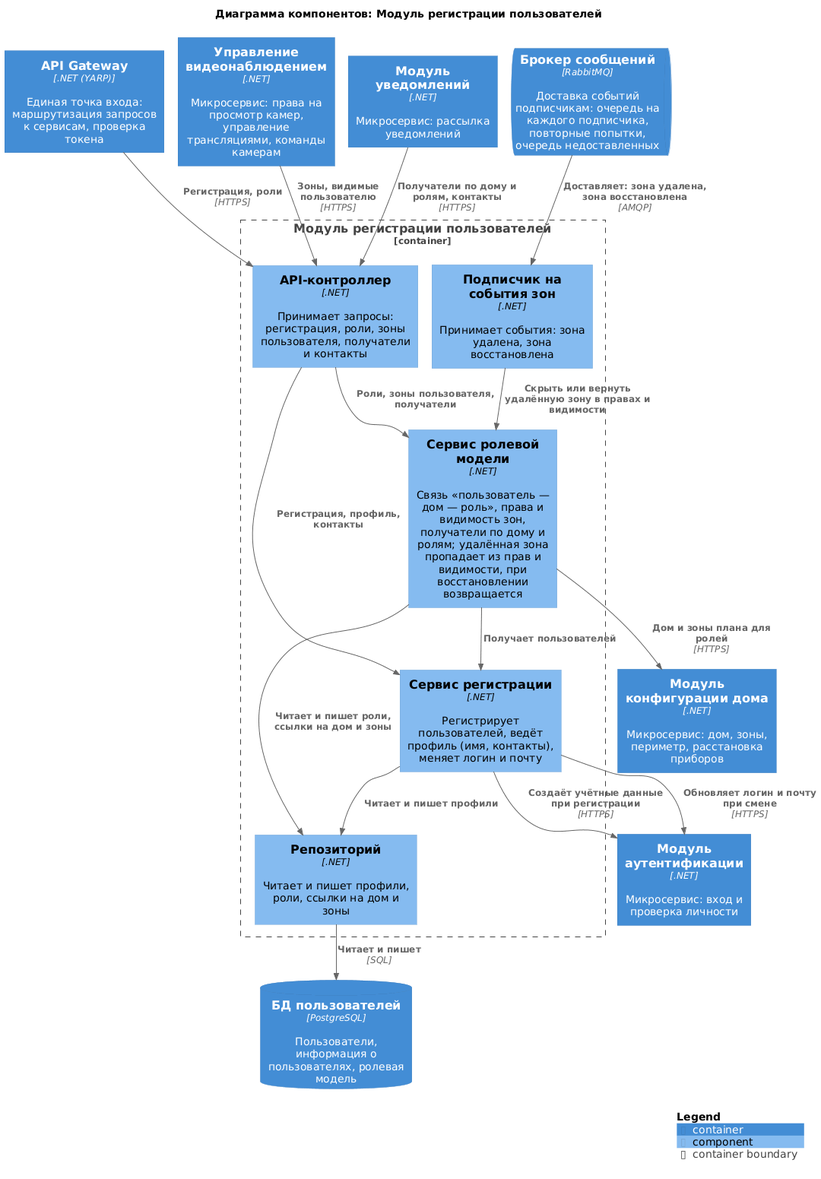
Earlier version of the PlantUML export diagrams/components/users.png (Lyamin-av/architecture-warmhouse). Source of this version:
```plantuml
@startuml users
!include <C4/C4_Component>

title Диаграмма компонентов: Модуль регистрации пользователей

Container(Gateway, "API Gateway", ".NET (YARP)", "Единая точка входа: маршрутизация запросов к сервисам, проверка токена")
Container(VideoControl, "Управление видеонаблюдением", ".NET", "Микросервис: права на просмотр камер, управление трансляциями, команды камерам")
Container(Notification, "Модуль уведомлений", ".NET", "Микросервис: рассылка уведомлений")
Container(Authentication, "Модуль аутентификации", ".NET", "Микросервис: вход и проверка личности")
Container(HouseConfigurator, "Модуль конфигурации дома", ".NET", "Микросервис: дом, зоны, периметр, расстановка приборов")
ContainerQueue(Broker, "Брокер сообщений", "RabbitMQ", "Доставка событий подписчикам: очередь на каждого подписчика, повторные попытки, очередь недоставленных")
ContainerDb(dbUsers, "БД пользователей", "PostgreSQL", "Пользователи, информация о пользователях, ролевая модель")

Container_Boundary(Users, "Модуль регистрации пользователей") {
    Component(api, "API-контроллер", ".NET", "Принимает запросы: регистрация, роли, зоны пользователя, получатели и контакты")
    Component(registration, "Сервис регистрации", ".NET", "Регистрирует пользователей, ведёт профиль (имя, контакты), меняет логин и почту")
    Component(roles, "Сервис ролевой модели", ".NET", "Связь «пользователь — дом — роль», права и видимость зон, получатели по дому и ролям; удалённая зона пропадает из прав и видимости, при восстановлении возвращается")
    Component(subscriber, "Подписчик на события зон", ".NET", "Принимает события: зона удалена, зона восстановлена")
    Component(repo, "Репозиторий", ".NET", "Читает и пишет профили, роли, ссылки на дом и зоны")
}

Rel(Gateway, api, "Регистрация, роли", "HTTPS")
Rel(VideoControl, api, "Зоны, видимые пользователю", "HTTPS")
Rel(Notification, api, "Получатели по дому и ролям, контакты", "HTTPS")
Rel(Broker, subscriber, "Доставляет: зона удалена, зона восстановлена", "AMQP")

Rel(api, registration, "Регистрация, профиль, контакты")
Rel(api, roles, "Роли, зоны пользователя, получатели")
Rel(roles, registration, "Получает пользователей")
Rel(subscriber, roles, "Скрыть или вернуть удалённую зону в правах и видимости")
Rel(registration, Authentication, "Создаёт учётные данные при регистрации", "HTTPS")
Rel(registration, Authentication, "Обновляет логин и почту при смене", "HTTPS")
Rel(registration, repo, "Читает и пишет профили")
Rel(roles, repo, "Читает и пишет роли, ссылки на дом и зоны")

Rel(roles, HouseConfigurator, "Дом и зоны плана для ролей", "HTTPS")
Rel(repo, dbUsers, "Читает и пишет", "SQL")

SHOW_LEGEND()
@enduml
```
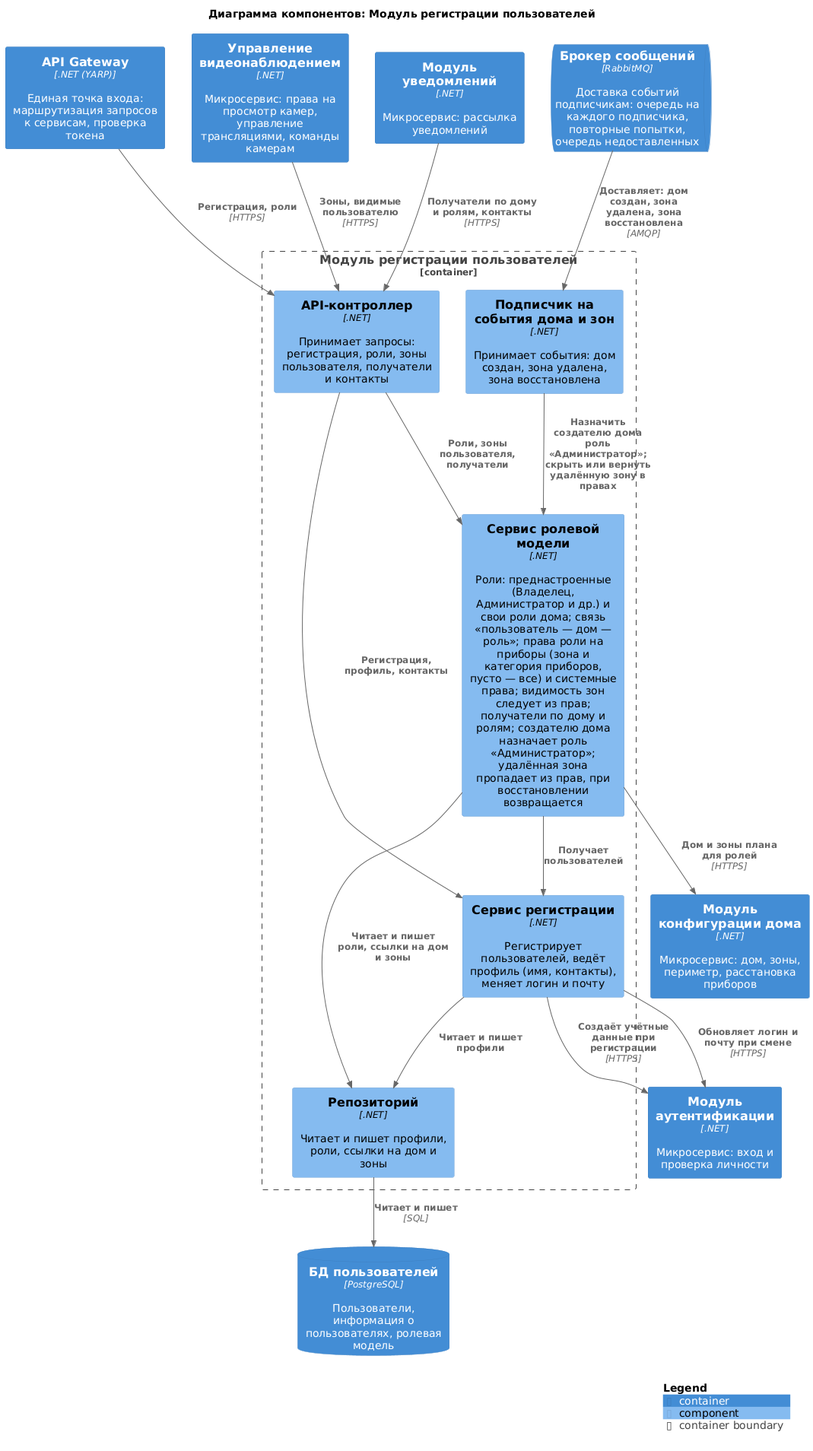
Later version of the same file.

The edit, as a diff of the source:
```diff
@@ -14,20 +14,20 @@
 Container_Boundary(Users, "Модуль регистрации пользователей") {
     Component(api, "API-контроллер", ".NET", "Принимает запросы: регистрация, роли, зоны пользователя, получатели и контакты")
     Component(registration, "Сервис регистрации", ".NET", "Регистрирует пользователей, ведёт профиль (имя, контакты), меняет логин и почту")
-    Component(roles, "Сервис ролевой модели", ".NET", "Связь «пользователь — дом — роль», права и видимость зон, получатели по дому и ролям; удалённая зона пропадает из прав и видимости, при восстановлении возвращается")
-    Component(subscriber, "Подписчик на события зон", ".NET", "Принимает события: зона удалена, зона восстановлена")
+    Component(roles, "Сервис ролевой модели", ".NET", "Роли: преднастроенные (Владелец, Администратор и др.) и свои роли дома; связь «пользователь — дом — роль»; права роли на приборы (зона и категория приборов, пусто — все) и системные права; видимость зон следует из прав; получатели по дому и ролям; создателю дома назначает роль «Администратор»; удалённая зона пропадает из прав, при восстановлении возвращается")
+    Component(subscriber, "Подписчик на события дома и зон", ".NET", "Принимает события: дом создан, зона удалена, зона восстановлена")
     Component(repo, "Репозиторий", ".NET", "Читает и пишет профили, роли, ссылки на дом и зоны")
 }
 
 Rel(Gateway, api, "Регистрация, роли", "HTTPS")
 Rel(VideoControl, api, "Зоны, видимые пользователю", "HTTPS")
 Rel(Notification, api, "Получатели по дому и ролям, контакты", "HTTPS")
-Rel(Broker, subscriber, "Доставляет: зона удалена, зона восстановлена", "AMQP")
+Rel(Broker, subscriber, "Доставляет: дом создан, зона удалена, зона восстановлена", "AMQP")
 
 Rel(api, registration, "Регистрация, профиль, контакты")
 Rel(api, roles, "Роли, зоны пользователя, получатели")
 Rel(roles, registration, "Получает пользователей")
-Rel(subscriber, roles, "Скрыть или вернуть удалённую зону в правах и видимости")
+Rel(subscriber, roles, "Назначить создателю дома роль «Администратор»; скрыть или вернуть удалённую зону в правах")
 Rel(registration, Authentication, "Создаёт учётные данные при регистрации", "HTTPS")
 Rel(registration, Authentication, "Обновляет логин и почту при смене", "HTTPS")
 Rel(registration, repo, "Читает и пишет профили")
```
